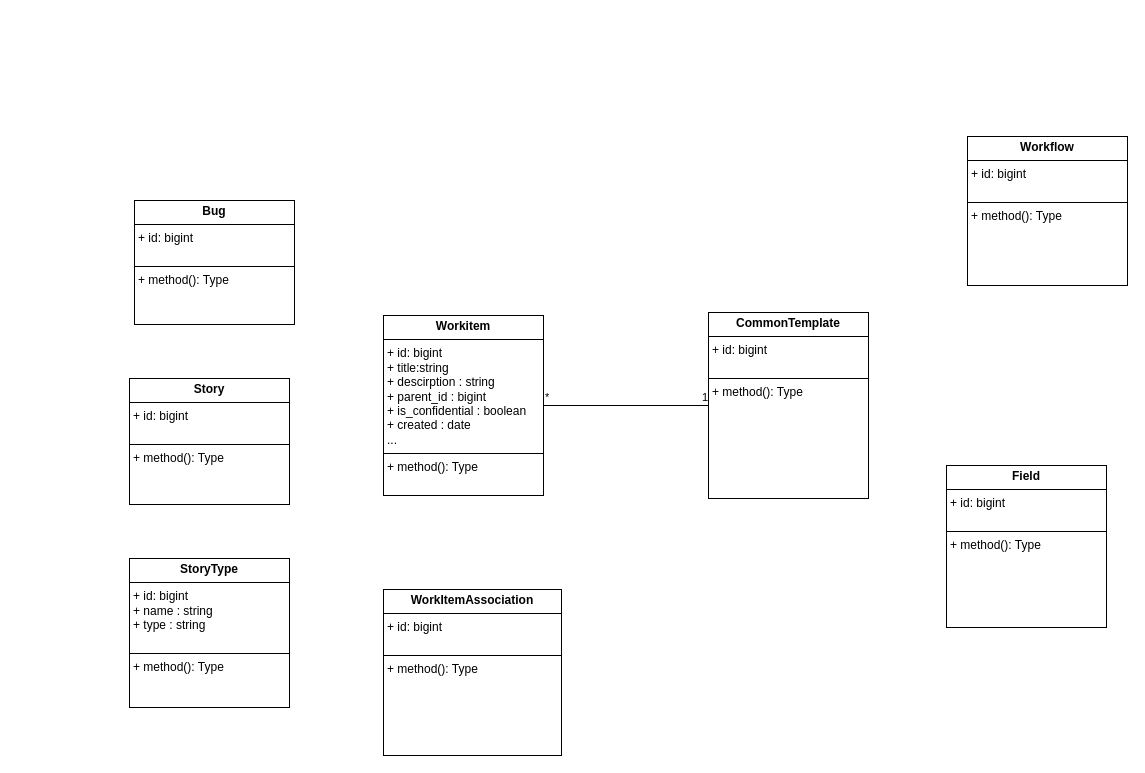
The draw.io diagram 设置通用模版类图.drawio in qf2020/drawio, before the edit. Source tidied: cells renumbered, new cells numbered last; positions are measured from the earlier drawing's top-left corner, leaving out a move shared by most shapes. Both pictures are drawn from the tidied source at 100%, with x=0, y=0 at pixel (129, 136).
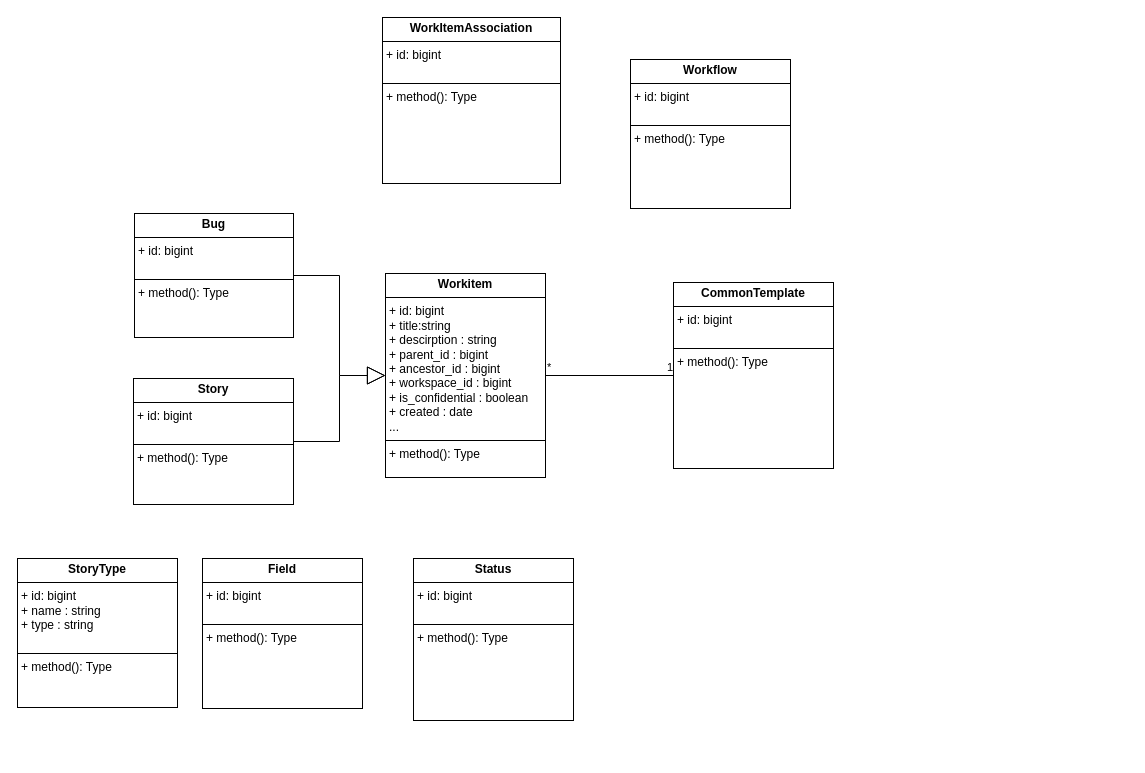
The same diagram, later.

Commit message (it also covers changes not shown here):
更新设置通用模版类图.drawio

What changed in the source:
```diff
@@
 <mxGraphModel>
   <root>
     <mxCell id="0" />
     <mxCell id="1" parent="0" />
-    <mxCell id="2" value="&lt;p style=&quot;margin:0px;margin-top:4px;text-align:center;&quot;&gt;&lt;b&gt;Workitem&lt;/b&gt;&lt;/p&gt;&lt;hr size=&quot;1&quot; style=&quot;border-style:solid;&quot;&gt;&lt;p style=&quot;margin:0px;margin-left:4px;&quot;&gt;+ id: bigint&lt;/p&gt;&lt;p style=&quot;margin:0px;margin-left:4px;&quot;&gt;+ title:string&lt;/p&gt;&lt;p style=&quot;margin:0px;margin-left:4px;&quot;&gt;+ descirption : string&lt;/p&gt;&lt;p style=&quot;margin:0px;margin-left:4px;&quot;&gt;+ parent_id : bigint&lt;/p&gt;&lt;p style=&quot;margin:0px;margin-left:4px;&quot;&gt;+ is_confidential : boolean&lt;/p&gt;&lt;p style=&quot;margin:0px;margin-left:4px;&quot;&gt;+ created : date&lt;/p&gt;&lt;p style=&quot;margin:0px;margin-left:4px;&quot;&gt;...&lt;/p&gt;&lt;hr size=&quot;1&quot; style=&quot;border-style:solid;&quot;&gt;&lt;p style=&quot;margin:0px;margin-left:4px;&quot;&gt;+ method(): Type&lt;/p&gt;" style="verticalAlign=top;align=left;overflow=fill;html=1;whiteSpace=wrap;" parent="1" vertex="1">
-      <mxGeometry x="254" y="179" width="160" height="180" as="geometry" />
+    <mxCell id="2" value="&lt;p style=&quot;margin:0px;margin-top:4px;text-align:center;&quot;&gt;&lt;b&gt;Workitem&lt;/b&gt;&lt;/p&gt;&lt;hr size=&quot;1&quot; style=&quot;border-style:solid;&quot;&gt;&lt;p style=&quot;margin:0px;margin-left:4px;&quot;&gt;+ id: bigint&lt;/p&gt;&lt;p style=&quot;margin:0px;margin-left:4px;&quot;&gt;+ title:string&lt;/p&gt;&lt;p style=&quot;margin:0px;margin-left:4px;&quot;&gt;+ descirption : string&lt;/p&gt;&lt;p style=&quot;margin:0px;margin-left:4px;&quot;&gt;+ parent_id : bigint&lt;/p&gt;&lt;p style=&quot;margin:0px;margin-left:4px;&quot;&gt;+ ancestor_id : bigint&lt;/p&gt;&lt;p style=&quot;margin:0px;margin-left:4px;&quot;&gt;+ workspace_id : bigint&lt;/p&gt;&lt;p style=&quot;margin:0px;margin-left:4px;&quot;&gt;+ is_confidential : boolean&lt;/p&gt;&lt;p style=&quot;margin:0px;margin-left:4px;&quot;&gt;+ created : date&lt;/p&gt;&lt;p style=&quot;margin:0px;margin-left:4px;&quot;&gt;...&lt;/p&gt;&lt;hr size=&quot;1&quot; style=&quot;border-style:solid;&quot;&gt;&lt;p style=&quot;margin:0px;margin-left:4px;&quot;&gt;+ method(): Type&lt;/p&gt;" style="verticalAlign=top;align=left;overflow=fill;html=1;whiteSpace=wrap;" parent="1" vertex="1">
+      <mxGeometry x="256" y="137" width="160" height="204" as="geometry" />
     </mxCell>
     <mxCell id="3" value="&lt;p style=&quot;margin:0px;margin-top:4px;text-align:center;&quot;&gt;&lt;b&gt;Story&lt;/b&gt;&lt;/p&gt;&lt;hr size=&quot;1&quot; style=&quot;border-style:solid;&quot;&gt;&lt;p style=&quot;margin:0px;margin-left:4px;&quot;&gt;+ id: bigint&lt;/p&gt;&lt;p style=&quot;margin:0px;margin-left:4px;&quot;&gt;&lt;br&gt;&lt;/p&gt;&lt;hr size=&quot;1&quot; style=&quot;border-style:solid;&quot;&gt;&lt;p style=&quot;margin:0px;margin-left:4px;&quot;&gt;+ method(): Type&lt;/p&gt;" style="verticalAlign=top;align=left;overflow=fill;html=1;whiteSpace=wrap;" parent="1" vertex="1">
-      <mxGeometry y="242" width="160" height="126" as="geometry" />
+      <mxGeometry x="4" y="242" width="160" height="126" as="geometry" />
     </mxCell>
     <mxCell id="4" value="&lt;p style=&quot;margin:0px;margin-top:4px;text-align:center;&quot;&gt;&lt;b&gt;Bug&lt;/b&gt;&lt;/p&gt;&lt;hr size=&quot;1&quot; style=&quot;border-style:solid;&quot;&gt;&lt;p style=&quot;margin:0px;margin-left:4px;&quot;&gt;+ id: bigint&lt;/p&gt;&lt;p style=&quot;margin:0px;margin-left:4px;&quot;&gt;&lt;br&gt;&lt;/p&gt;&lt;hr size=&quot;1&quot; style=&quot;border-style:solid;&quot;&gt;&lt;p style=&quot;margin:0px;margin-left:4px;&quot;&gt;+ method(): Type&lt;/p&gt;" style="verticalAlign=top;align=left;overflow=fill;html=1;whiteSpace=wrap;" parent="1" vertex="1">
-      <mxGeometry x="5" y="64" width="160" height="124" as="geometry" />
+      <mxGeometry x="5" y="77" width="159" height="124" as="geometry" />
     </mxCell>
     <mxCell id="5" value="&lt;p style=&quot;margin:0px;margin-top:4px;text-align:center;&quot;&gt;&lt;b&gt;CommonTemplate&lt;/b&gt;&lt;/p&gt;&lt;hr size=&quot;1&quot; style=&quot;border-style:solid;&quot;&gt;&lt;p style=&quot;margin:0px;margin-left:4px;&quot;&gt;+ id: bigint&lt;/p&gt;&lt;p style=&quot;margin:0px;margin-left:4px;&quot;&gt;&lt;br&gt;&lt;/p&gt;&lt;hr size=&quot;1&quot; style=&quot;border-style:solid;&quot;&gt;&lt;p style=&quot;margin:0px;margin-left:4px;&quot;&gt;+ method(): Type&lt;/p&gt;" style="verticalAlign=top;align=left;overflow=fill;html=1;whiteSpace=wrap;" parent="1" vertex="1">
-      <mxGeometry x="579" y="176" width="160" height="186" as="geometry" />
+      <mxGeometry x="544" y="146" width="160" height="186" as="geometry" />
     </mxCell>
     <mxCell id="6" value="&lt;p style=&quot;margin:0px;margin-top:4px;text-align:center;&quot;&gt;&lt;b&gt;Workflow&lt;/b&gt;&lt;/p&gt;&lt;hr size=&quot;1&quot; style=&quot;border-style:solid;&quot;&gt;&lt;p style=&quot;margin:0px;margin-left:4px;&quot;&gt;+ id: bigint&lt;/p&gt;&lt;p style=&quot;margin:0px;margin-left:4px;&quot;&gt;&lt;br&gt;&lt;/p&gt;&lt;hr size=&quot;1&quot; style=&quot;border-style:solid;&quot;&gt;&lt;p style=&quot;margin:0px;margin-left:4px;&quot;&gt;+ method(): Type&lt;/p&gt;" style="verticalAlign=top;align=left;overflow=fill;html=1;whiteSpace=wrap;" parent="1" vertex="1">
-      <mxGeometry x="838" width="160" height="149" as="geometry" />
+      <mxGeometry x="501" y="-77" width="160" height="149" as="geometry" />
     </mxCell>
     <mxCell id="7" value="&lt;p style=&quot;margin:0px;margin-top:4px;text-align:center;&quot;&gt;&lt;b&gt;Field&lt;/b&gt;&lt;/p&gt;&lt;hr size=&quot;1&quot; style=&quot;border-style:solid;&quot;&gt;&lt;p style=&quot;margin:0px;margin-left:4px;&quot;&gt;+ id: bigint&lt;/p&gt;&lt;p style=&quot;margin:0px;margin-left:4px;&quot;&gt;&lt;br&gt;&lt;/p&gt;&lt;hr size=&quot;1&quot; style=&quot;border-style:solid;&quot;&gt;&lt;p style=&quot;margin:0px;margin-left:4px;&quot;&gt;+ method(): Type&lt;/p&gt;" style="verticalAlign=top;align=left;overflow=fill;html=1;whiteSpace=wrap;" parent="1" vertex="1">
-      <mxGeometry x="817" y="329" width="160" height="162" as="geometry" />
+      <mxGeometry x="73" y="422" width="160" height="150" as="geometry" />
     </mxCell>
     <mxCell id="8" value="&lt;p style=&quot;margin:0px;margin-top:4px;text-align:center;&quot;&gt;&lt;b&gt;WorkItemAssociation&lt;/b&gt;&lt;/p&gt;&lt;hr size=&quot;1&quot; style=&quot;border-style:solid;&quot;&gt;&lt;p style=&quot;margin:0px;margin-left:4px;&quot;&gt;+ id: bigint&lt;/p&gt;&lt;p style=&quot;margin:0px;margin-left:4px;&quot;&gt;&lt;br&gt;&lt;/p&gt;&lt;hr size=&quot;1&quot; style=&quot;border-style:solid;&quot;&gt;&lt;p style=&quot;margin:0px;margin-left:4px;&quot;&gt;+ method(): Type&lt;/p&gt;" style="verticalAlign=top;align=left;overflow=fill;html=1;whiteSpace=wrap;" parent="1" vertex="1">
-      <mxGeometry x="254" y="453" width="178" height="166" as="geometry" />
+      <mxGeometry x="253" y="-119" width="178" height="166" as="geometry" />
     </mxCell>
     <mxCell id="9" value="&lt;p style=&quot;margin:0px;margin-top:4px;text-align:center;&quot;&gt;&lt;b&gt;StoryType&lt;/b&gt;&lt;/p&gt;&lt;hr size=&quot;1&quot; style=&quot;border-style:solid;&quot;&gt;&lt;p style=&quot;margin:0px;margin-left:4px;&quot;&gt;+ id: bigint&lt;/p&gt;&lt;p style=&quot;margin:0px;margin-left:4px;&quot;&gt;+ name : string&lt;/p&gt;&lt;p style=&quot;margin:0px;margin-left:4px;&quot;&gt;+ type : string&lt;/p&gt;&lt;p style=&quot;margin:0px;margin-left:4px;&quot;&gt;&lt;br&gt;&lt;/p&gt;&lt;hr size=&quot;1&quot; style=&quot;border-style:solid;&quot;&gt;&lt;p style=&quot;margin:0px;margin-left:4px;&quot;&gt;+ method(): Type&lt;/p&gt;" style="verticalAlign=top;align=left;overflow=fill;html=1;whiteSpace=wrap;" parent="1" vertex="1">
-      <mxGeometry y="422" width="160" height="149" as="geometry" />
+      <mxGeometry x="-112" y="422" width="160" height="149" as="geometry" />
     </mxCell>
     <mxCell id="10" style="endArrow=none;html=1;edgeStyle=orthogonalEdgeStyle;rounded=0;exitX=1;exitY=0.5;exitDx=0;exitDy=0;entryX=0;entryY=0.5;entryDx=0;entryDy=0;" parent="1" edge="1" source="2" target="5">
       <mxGeometry relative="1" as="geometry" />
     </mxCell>
     <mxCell id="11" value="*" style="edgeLabel;html=1;align=left;verticalAlign=bottom;" parent="10" vertex="1">
       <mxGeometry x="-1" relative="1" as="geometry" />
     </mxCell>
     <mxCell id="12" value="1" style="edgeLabel;html=1;align=right;verticalAlign=bottom;" parent="10" vertex="1">
       <mxGeometry x="1" relative="1" as="geometry" />
     </mxCell>
+    <mxCell id="13" style="endArrow=block;endSize=16;endFill=0;html=1;rounded=0;edgeStyle=orthogonalEdgeStyle;exitX=1;exitY=0.5;exitDx=0;exitDy=0;entryX=0;entryY=0.5;entryDx=0;entryDy=0;" parent="1" edge="1" source="4" target="2">
+      <mxGeometry relative="1" as="geometry" />
+    </mxCell>
+    <mxCell id="14" style="endArrow=block;endSize=16;endFill=0;html=1;rounded=0;edgeStyle=orthogonalEdgeStyle;exitX=1;exitY=0.5;exitDx=0;exitDy=0;entryX=0;entryY=0.5;entryDx=0;entryDy=0;" parent="1" edge="1" source="3" target="2">
+      <mxGeometry relative="1" as="geometry" />
+    </mxCell>
+    <mxCell id="15" value="&lt;p style=&quot;margin:0px;margin-top:4px;text-align:center;&quot;&gt;&lt;b&gt;Status&lt;/b&gt;&lt;/p&gt;&lt;hr size=&quot;1&quot; style=&quot;border-style:solid;&quot;&gt;&lt;p style=&quot;margin:0px;margin-left:4px;&quot;&gt;+ id: bigint&lt;/p&gt;&lt;p style=&quot;margin:0px;margin-left:4px;&quot;&gt;&lt;br&gt;&lt;/p&gt;&lt;hr size=&quot;1&quot; style=&quot;border-style:solid;&quot;&gt;&lt;p style=&quot;margin:0px;margin-left:4px;&quot;&gt;+ method(): Type&lt;/p&gt;" style="verticalAlign=top;align=left;overflow=fill;html=1;whiteSpace=wrap;" parent="1" vertex="1">
+      <mxGeometry x="284" y="422" width="160" height="162" as="geometry" />
+    </mxCell>
   </root>
 </mxGraphModel>
```
